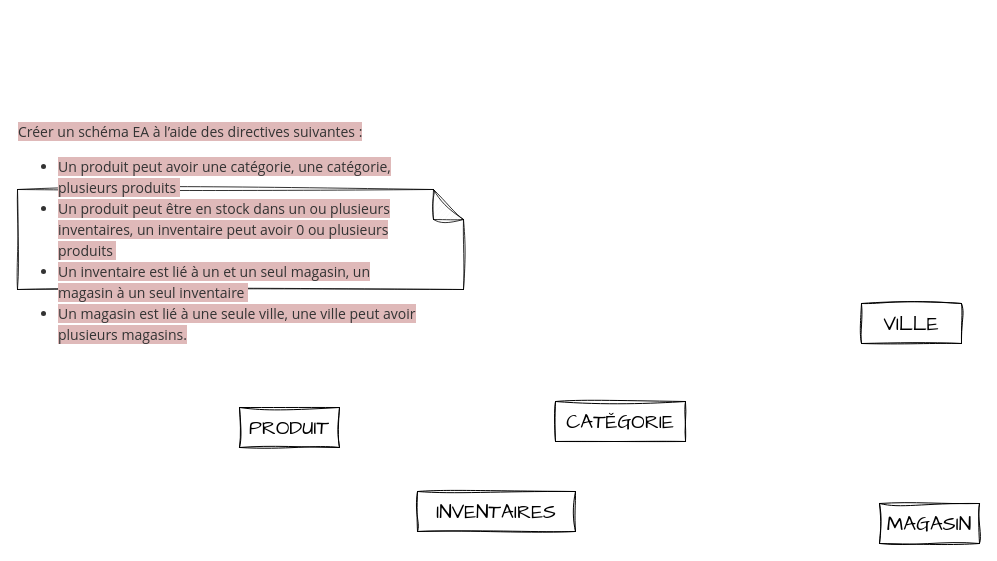
Before: Diagramme sans nom007.drawio in vsilvanska/examen-info-2023, a draw.io diagram. Source tidied: cells renumbered, new cells numbered last; positions are measured from the earlier drawing's top-left corner, leaving out a move shared by most shapes. Both pictures are drawn from the tidied source at 100%, with x=0, y=0 at pixel (17, 189).
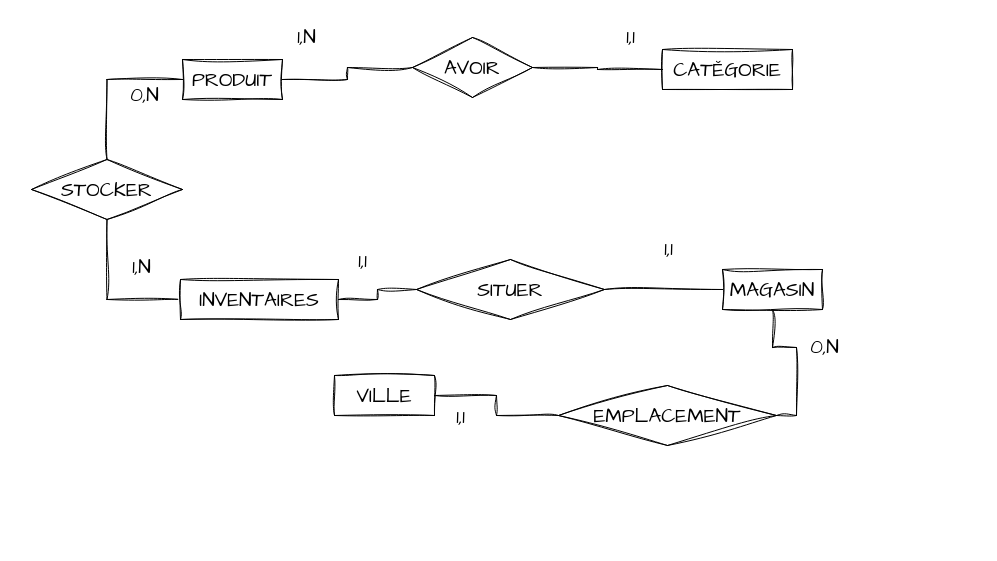
The same page after the edit.

Commit message (it also covers changes not shown here):
Mettre à jour Diagramme sans nom007.drawio

Change to the diagram source:
```diff
@@
-    <mxCell id="2" value="&lt;p style=&quot;line-height: 1.5; margin: 0px 0px 0.5em; max-width: 100%; color: rgb(51, 51, 51); font-family: &amp;quot;Open Sans&amp;quot;, Helvetica, Arial, sans-serif; text-align: start; font-size: 14px;&quot;&gt;&lt;font style=&quot;font-size: 14px; background-color: rgb(223, 185, 185);&quot;&gt;Créer un schéma EA à l’aide des directives suivantes :&lt;/font&gt;&lt;/p&gt;&lt;ul style=&quot;padding: 0px 40px; margin: 1em 0px; color: rgb(51, 51, 51); font-family: &amp;quot;Open Sans&amp;quot;, Helvetica, Arial, sans-serif; text-align: start; font-size: 14px;&quot;&gt;&lt;li style=&quot;line-height: 1.5; list-style-type: inherit; font-size: 14px;&quot;&gt;&lt;font style=&quot;font-size: 14px; background-color: rgb(223, 185, 185);&quot;&gt;Un produit peut avoir une catégorie, une catégorie, plusieurs produits&amp;nbsp;&lt;/font&gt;&lt;/li&gt;&lt;li style=&quot;line-height: 1.5; list-style-type: inherit; font-size: 14px;&quot;&gt;&lt;font style=&quot;font-size: 14px; background-color: rgb(223, 185, 185);&quot;&gt;Un produit peut être en stock dans un ou plusieurs inventaires, un inventaire peut&amp;nbsp;avoir 0 ou plusieurs produits&amp;nbsp;&lt;/font&gt;&lt;/li&gt;&lt;li style=&quot;line-height: 1.5; list-style-type: inherit; font-size: 14px;&quot;&gt;&lt;font style=&quot;font-size: 14px; background-color: rgb(223, 185, 185);&quot;&gt;Un inventaire est lié à un et un seul magasin, un magasin à un seul inventaire&amp;nbsp;&lt;/font&gt;&lt;/li&gt;&lt;li style=&quot;line-height: 1.5; list-style-type: inherit; font-size: 14px;&quot;&gt;&lt;font style=&quot;font-size: 14px; background-color: rgb(223, 185, 185);&quot;&gt;Un magasin est lié à une seule ville, une ville peut avoir plusieurs magasins.&lt;/font&gt;&lt;/li&gt;&lt;/ul&gt;" style="shape=note;whiteSpace=wrap;html=1;backgroundOutline=1;darkOpacity=0.05;sketch=1;hachureGap=4;jiggle=2;curveFitting=1;fontFamily=Architects Daughter;fontSize=14;opacity=80;" parent="1" vertex="1">
-      <mxGeometry width="446" height="100" as="geometry" />
-    </mxCell>
     <mxCell id="3" value="PRODUIT" style="whiteSpace=wrap;html=1;align=center;sketch=1;hachureGap=4;jiggle=2;curveFitting=1;fontFamily=Architects Daughter;fontSize=20;" parent="1" vertex="1">
-      <mxGeometry x="222" y="218" width="100" height="40" as="geometry" />
+      <mxGeometry x="165" y="-130" width="100" height="40" as="geometry" />
     </mxCell>
     <mxCell id="4" value="CATĚGORIE" style="whiteSpace=wrap;html=1;align=center;sketch=1;hachureGap=4;jiggle=2;curveFitting=1;fontFamily=Architects Daughter;fontSize=20;" parent="1" vertex="1">
-      <mxGeometry x="538" y="212" width="130" height="40" as="geometry" />
+      <mxGeometry x="645" y="-140" width="130" height="40" as="geometry" />
     </mxCell>
+    <mxCell id="8" style="edgeStyle=orthogonalEdgeStyle;rounded=0;sketch=1;hachureGap=4;jiggle=2;curveFitting=1;jettySize=auto;html=1;exitX=0;exitY=0.5;exitDx=0;exitDy=0;entryX=0.5;entryY=1;entryDx=0;entryDy=0;fontFamily=Architects Daughter;fontSize=16;endArrow=none;endFill=0;" parent="1" edge="1" source="5" target="17">
+      <mxGeometry relative="1" as="geometry" />
+    </mxCell>
+    <mxCell id="9" style="edgeStyle=orthogonalEdgeStyle;rounded=0;sketch=1;hachureGap=4;jiggle=2;curveFitting=1;jettySize=auto;html=1;exitX=1;exitY=0.5;exitDx=0;exitDy=0;entryX=0;entryY=0.5;entryDx=0;entryDy=0;fontFamily=Architects Daughter;fontSize=16;endArrow=none;endFill=0;" parent="1" edge="1" source="5" target="21">
+      <mxGeometry relative="1" as="geometry" />
+    </mxCell>
     <mxCell id="5" value="INVENTAIRES" style="whiteSpace=wrap;html=1;align=center;sketch=1;hachureGap=4;jiggle=2;curveFitting=1;fontFamily=Architects Daughter;fontSize=20;" parent="1" vertex="1">
-      <mxGeometry x="400" y="302" width="158" height="40" as="geometry" />
+      <mxGeometry x="163" y="90" width="158" height="40" as="geometry" />
     </mxCell>
+    <mxCell id="10" style="edgeStyle=orthogonalEdgeStyle;rounded=0;sketch=1;hachureGap=4;jiggle=2;curveFitting=1;jettySize=auto;html=1;exitX=0.5;exitY=1;exitDx=0;exitDy=0;entryX=1;entryY=0.5;entryDx=0;entryDy=0;fontFamily=Architects Daughter;fontSize=16;endArrow=none;endFill=0;" parent="1" edge="1" source="6" target="25">
+      <mxGeometry relative="1" as="geometry" />
+    </mxCell>
     <mxCell id="6" value="MAGASIN" style="whiteSpace=wrap;html=1;align=center;sketch=1;hachureGap=4;jiggle=2;curveFitting=1;fontFamily=Architects Daughter;fontSize=20;" parent="1" vertex="1">
-      <mxGeometry x="862" y="314" width="100" height="40" as="geometry" />
+      <mxGeometry x="705" y="80" width="100" height="40" as="geometry" />
     </mxCell>
     <mxCell id="7" value="VILLE" style="whiteSpace=wrap;html=1;align=center;sketch=1;hachureGap=4;jiggle=2;curveFitting=1;fontFamily=Architects Daughter;fontSize=20;" parent="1" vertex="1">
-      <mxGeometry x="844" y="114" width="100" height="40" as="geometry" />
+      <mxGeometry x="317" y="186" width="100" height="40" as="geometry" />
     </mxCell>
+    <mxCell id="11" style="edgeStyle=orthogonalEdgeStyle;rounded=0;sketch=1;hachureGap=4;jiggle=2;curveFitting=1;jettySize=auto;html=1;entryX=1;entryY=0.5;entryDx=0;entryDy=0;fontFamily=Architects Daughter;fontSize=16;endArrow=none;endFill=0;" parent="1" edge="1" source="13" target="3">
+      <mxGeometry relative="1" as="geometry" />
+    </mxCell>
+    <mxCell id="12" style="edgeStyle=orthogonalEdgeStyle;rounded=0;sketch=1;hachureGap=4;jiggle=2;curveFitting=1;jettySize=auto;html=1;exitX=1;exitY=0.5;exitDx=0;exitDy=0;entryX=0;entryY=0.5;entryDx=0;entryDy=0;fontFamily=Architects Daughter;fontSize=16;endArrow=none;endFill=0;" parent="1" edge="1" source="13" target="4">
+      <mxGeometry relative="1" as="geometry" />
+    </mxCell>
+    <mxCell id="13" value="AVOIR" style="shape=rhombus;perimeter=rhombusPerimeter;whiteSpace=wrap;html=1;align=center;sketch=1;hachureGap=4;jiggle=2;curveFitting=1;fontFamily=Architects Daughter;fontSize=20;" parent="1" vertex="1">
+      <mxGeometry x="395" y="-152" width="120" height="60" as="geometry" />
+    </mxCell>
+    <mxCell id="14" value="1,N" style="text;html=1;align=center;verticalAlign=middle;strokeColor=none;fillColor=none;fontSize=20;fontFamily=Architects Daughter;" parent="1" vertex="1">
+      <mxGeometry x="270" y="-172" width="38" height="38" as="geometry" />
+    </mxCell>
+    <mxCell id="15" value="1,1" style="text;html=1;align=center;verticalAlign=middle;strokeColor=none;fillColor=none;fontSize=20;fontFamily=Architects Daughter;" parent="1" vertex="1">
+      <mxGeometry x="599" y="-172" width="28" height="38" as="geometry" />
+    </mxCell>
+    <mxCell id="16" style="edgeStyle=orthogonalEdgeStyle;rounded=0;sketch=1;hachureGap=4;jiggle=2;curveFitting=1;jettySize=auto;html=1;entryX=0;entryY=0.5;entryDx=0;entryDy=0;fontFamily=Architects Daughter;fontSize=16;endArrow=none;endFill=0;" parent="1" edge="1" source="17" target="3">
+      <mxGeometry relative="1" as="geometry" />
+    </mxCell>
+    <mxCell id="17" value="STOCKER" style="shape=rhombus;perimeter=rhombusPerimeter;whiteSpace=wrap;html=1;align=center;sketch=1;hachureGap=4;jiggle=2;curveFitting=1;fontFamily=Architects Daughter;fontSize=20;" parent="1" vertex="1">
+      <mxGeometry x="14" y="-30" width="151" height="60" as="geometry" />
+    </mxCell>
+    <mxCell id="18" value="1,N" style="text;html=1;align=center;verticalAlign=middle;strokeColor=none;fillColor=none;fontSize=20;fontFamily=Architects Daughter;" parent="1" vertex="1">
+      <mxGeometry x="105" y="58" width="38" height="38" as="geometry" />
+    </mxCell>
+    <mxCell id="19" value="0,N" style="text;html=1;align=center;verticalAlign=middle;strokeColor=none;fillColor=none;fontSize=20;fontFamily=Architects Daughter;" parent="1" vertex="1">
+      <mxGeometry x="103" y="-114" width="48" height="38" as="geometry" />
+    </mxCell>
+    <mxCell id="20" style="edgeStyle=orthogonalEdgeStyle;rounded=0;sketch=1;hachureGap=4;jiggle=2;curveFitting=1;jettySize=auto;html=1;exitX=1;exitY=0.5;exitDx=0;exitDy=0;fontFamily=Architects Daughter;fontSize=16;endArrow=none;endFill=0;" parent="1" edge="1" source="21" target="6">
+      <mxGeometry relative="1" as="geometry" />
+    </mxCell>
+    <mxCell id="21" value="SITUER" style="shape=rhombus;perimeter=rhombusPerimeter;whiteSpace=wrap;html=1;align=center;sketch=1;hachureGap=4;jiggle=2;curveFitting=1;fontFamily=Architects Daughter;fontSize=20;" parent="1" vertex="1">
+      <mxGeometry x="399" y="70" width="188" height="60" as="geometry" />
+    </mxCell>
+    <mxCell id="22" value="1,1" style="text;html=1;align=center;verticalAlign=middle;strokeColor=none;fillColor=none;fontSize=20;fontFamily=Architects Daughter;" parent="1" vertex="1">
+      <mxGeometry x="331" y="52" width="28" height="38" as="geometry" />
+    </mxCell>
+    <mxCell id="23" value="1,1" style="text;html=1;align=center;verticalAlign=middle;strokeColor=none;fillColor=none;fontSize=20;fontFamily=Architects Daughter;" parent="1" vertex="1">
+      <mxGeometry x="637" y="40" width="28" height="38" as="geometry" />
+    </mxCell>
+    <mxCell id="24" style="edgeStyle=orthogonalEdgeStyle;rounded=0;sketch=1;hachureGap=4;jiggle=2;curveFitting=1;jettySize=auto;html=1;exitX=0;exitY=0.5;exitDx=0;exitDy=0;entryX=1;entryY=0.5;entryDx=0;entryDy=0;fontFamily=Architects Daughter;fontSize=16;endArrow=none;endFill=0;" parent="1" edge="1" source="25" target="7">
+      <mxGeometry relative="1" as="geometry" />
+    </mxCell>
+    <mxCell id="25" value="EMPLACEMENT" style="shape=rhombus;perimeter=rhombusPerimeter;whiteSpace=wrap;html=1;align=center;sketch=1;hachureGap=4;jiggle=2;curveFitting=1;fontFamily=Architects Daughter;fontSize=20;" parent="1" vertex="1">
+      <mxGeometry x="541" y="196" width="218" height="60" as="geometry" />
+    </mxCell>
+    <mxCell id="26" value="0,N" style="text;html=1;align=center;verticalAlign=middle;strokeColor=none;fillColor=none;fontSize=20;fontFamily=Architects Daughter;" parent="1" vertex="1">
+      <mxGeometry x="783" y="138" width="48" height="38" as="geometry" />
+    </mxCell>
+    <mxCell id="27" value="1,1" style="text;html=1;align=center;verticalAlign=middle;strokeColor=none;fillColor=none;fontSize=20;fontFamily=Architects Daughter;" parent="1" vertex="1">
+      <mxGeometry x="429" y="208" width="28" height="38" as="geometry" />
+    </mxCell>
```
